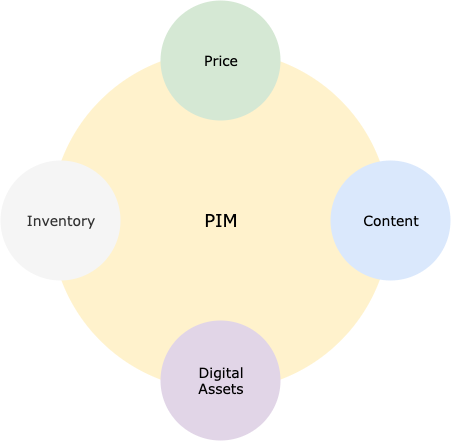
Before: pim.png, a diagram exported from draw.io (renatoaguimaraes/ecommerce-pim). Source tidied: cells renumbered, new cells last; positions are measured from the earlier drawing's top-left corner, leaving out a move shared by most shapes.
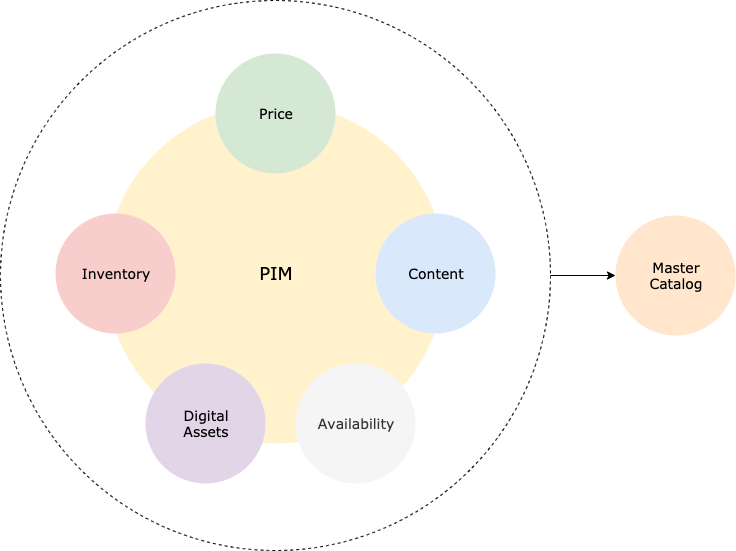
After the change.

Diff of the diagram source:
```diff
@@ -2,6 +2,9 @@
   <root>
     <mxCell id="0" />
     <mxCell id="1" parent="0" />
+    <mxCell id="7" value="PIM" style="ellipse;whiteSpace=wrap;html=1;rounded=0;shadow=0;comic=0;fontFamily=Verdana;fontSize=18;fillColor=none;strokeColor=#000000;dashed=1;" parent="1" vertex="1">
+      <mxGeometry x="-55" y="-53" width="550" height="550" as="geometry" />
+    </mxCell>
     <mxCell id="2" value="PIM" style="ellipse;whiteSpace=wrap;html=1;rounded=0;shadow=0;dashed=0;comic=0;fontFamily=Verdana;fontSize=18;fillColor=#fff2cc;strokeColor=none;" parent="1" vertex="1">
       <mxGeometry x="50" y="50" width="340" height="340" as="geometry" />
     </mxCell>
@@ -9,13 +12,22 @@
       <mxGeometry x="160" width="120" height="120" as="geometry" />
     </mxCell>
     <mxCell id="4" value="Digital&lt;br style=&quot;font-size: 14px;&quot;&gt;Assets" style="ellipse;whiteSpace=wrap;html=1;rounded=0;shadow=0;dashed=0;comic=0;fontFamily=Verdana;fontSize=14;fillColor=#e1d5e7;strokeColor=none;" parent="1" vertex="1">
-      <mxGeometry x="160" y="320" width="120" height="120" as="geometry" />
+      <mxGeometry x="90" y="310" width="120" height="120" as="geometry" />
     </mxCell>
     <mxCell id="5" value="Content" style="ellipse;whiteSpace=wrap;html=1;rounded=0;shadow=0;dashed=0;comic=0;fontFamily=Verdana;fontSize=14;fillColor=#dae8fc;strokeColor=none;" parent="1" vertex="1">
-      <mxGeometry x="330" y="160" width="120" height="120" as="geometry" />
+      <mxGeometry x="320" y="160" width="120" height="120" as="geometry" />
     </mxCell>
-    <mxCell id="6" value="Inventory" style="ellipse;whiteSpace=wrap;html=1;rounded=0;shadow=0;dashed=0;comic=0;fontFamily=Verdana;fontSize=14;fillColor=#f5f5f5;strokeColor=none;fontColor=#333333;" parent="1" vertex="1">
+    <mxCell id="6" value="Inventory" style="ellipse;whiteSpace=wrap;html=1;rounded=0;shadow=0;dashed=0;comic=0;fontFamily=Verdana;fontSize=14;fillColor=#f8cecc;strokeColor=none;" parent="1" vertex="1">
       <mxGeometry y="160" width="120" height="120" as="geometry" />
     </mxCell>
+    <mxCell id="8" value="Availability" style="ellipse;whiteSpace=wrap;html=1;rounded=0;shadow=0;dashed=0;comic=0;fontFamily=Verdana;fontSize=14;fillColor=#f5f5f5;strokeColor=none;fontColor=#333333;" parent="1" vertex="1">
+      <mxGeometry x="240" y="310" width="120" height="120" as="geometry" />
+    </mxCell>
+    <mxCell id="9" value="Master&lt;br&gt;Catalog" style="ellipse;whiteSpace=wrap;html=1;rounded=0;shadow=0;dashed=0;comic=0;fontFamily=Verdana;fontSize=14;fillColor=#ffe6cc;strokeColor=none;" parent="1" vertex="1">
+      <mxGeometry x="560" y="162" width="120" height="120" as="geometry" />
+    </mxCell>
+    <mxCell id="10" style="edgeStyle=orthogonalEdgeStyle;rounded=0;jettySize=auto;html=1;fontSize=20;" parent="1" edge="1" source="7" target="9">
+      <mxGeometry relative="1" as="geometry" />
+    </mxCell>
   </root>
 </mxGraphModel>
```
